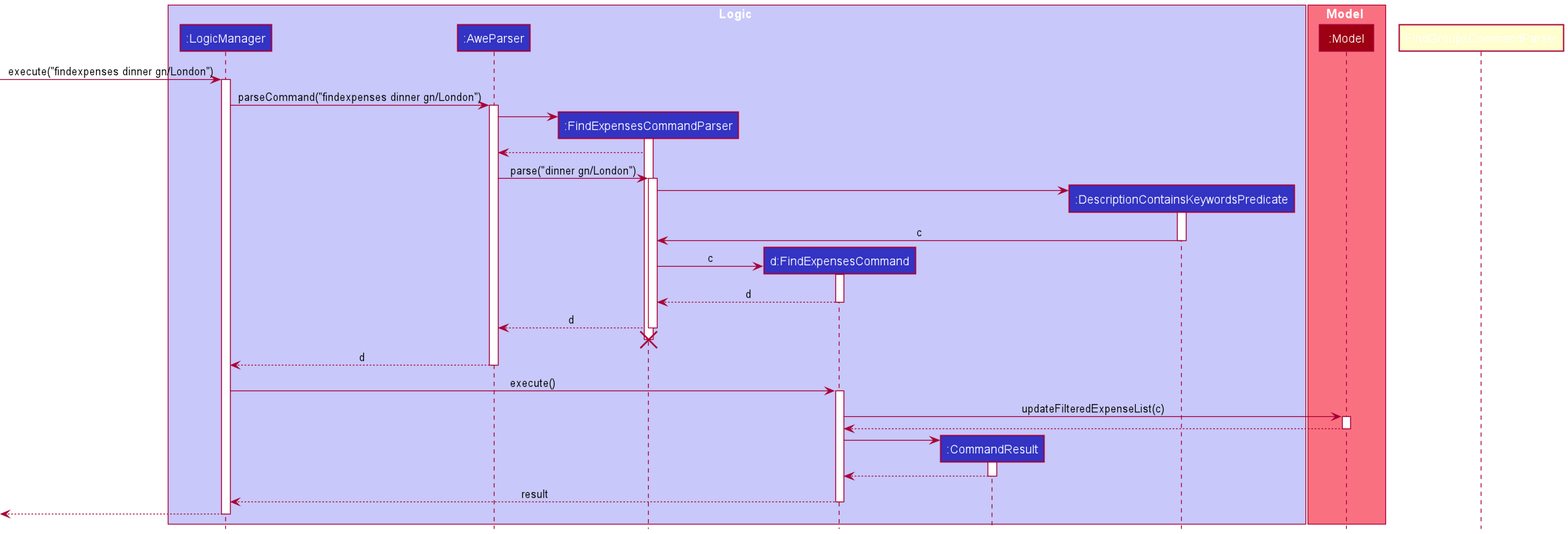
The PlantUML diagram docs/images/FindExpensesSequenceDiagram.png in ramapriyan912001/tp, before a commit.
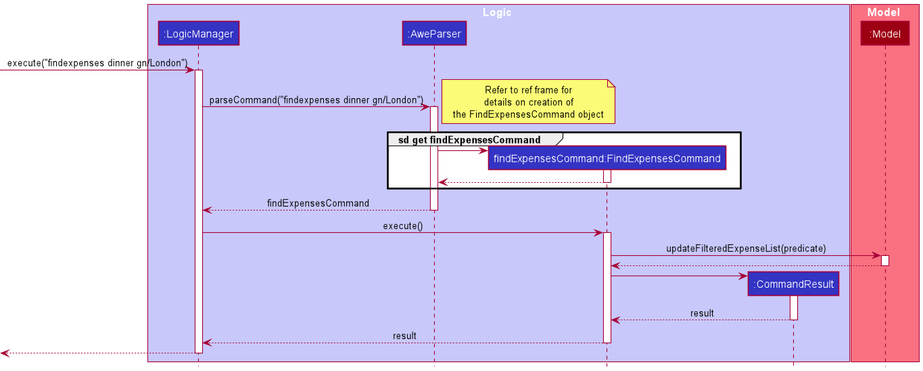
Above is the later version.

Commit message:
Add find expenses reference sequence diagram

Change to the diagram source:
```diff
@@ -4,10 +4,8 @@
 box Logic LOGIC_COLOR_T1
 participant ":LogicManager" as LogicManager LOGIC_COLOR
 participant ":AweParser" as AweParser LOGIC_COLOR
-participant ":FindExpensesCommandParser" as FindExpensesCommandParser LOGIC_COLOR
-participant "d:FindExpensesCommand" as FindExpensesCommand LOGIC_COLOR
+participant "findExpensesCommand:FindExpensesCommand" as FindExpensesCommand LOGIC_COLOR
 participant ":CommandResult" as CommandResult LOGIC_COLOR
-participant ":DescriptionContainsKeywordsPredicate" as DescriptionContainsKeywordsPredicate LOGIC_COLOR
 end box
 
 box Model MODEL_COLOR_T1
@@ -20,42 +18,26 @@
 LogicManager -> AweParser : parseCommand("findexpenses dinner gn/London")
 activate AweParser
 
-create FindExpensesCommandParser
-AweParser -> FindExpensesCommandParser
-activate FindExpensesCommandParser
+note right
+Refer to ref frame for
+details on creation of
+the FindExpensesCommand object
+end note
+group sd get findExpensesCommand
+create FindExpensesCommand
+AweParser -> FindExpensesCommand
+activate FindExpensesCommand
+FindExpensesCommand --> AweParser
+deactivate FindExpensesCommand
+end group
 
-FindExpensesCommandParser --> AweParser
-deactivate FindGroupsCommandParser
-
-AweParser -> FindExpensesCommandParser : parse("dinner gn/London")
-activate FindExpensesCommandParser
-
-create DescriptionContainsKeywordsPredicate
-FindExpensesCommandParser ->DescriptionContainsKeywordsPredicate
-activate DescriptionContainsKeywordsPredicate
-
-DescriptionContainsKeywordsPredicate -> FindExpensesCommandParser : c
-deactivate DescriptionContainsKeywordsPredicate
-
-create FindExpensesCommand
-FindExpensesCommandParser -> FindExpensesCommand : c
-activate FindExpensesCommand
-
-FindExpensesCommand --> FindExpensesCommandParser : d
-deactivate FindExpensesCommand
-
-FindExpensesCommandParser --> AweParser : d
-deactivate FindExpensesCommandParser
-FindExpensesCommandParser -[hidden]-> AweParser
-destroy FindExpensesCommandParser
-
-AweParser --> LogicManager : d
+AweParser --> LogicManager : findExpensesCommand
 deactivate AweParser
 
 LogicManager -> FindExpensesCommand : execute()
 activate FindExpensesCommand
 
-FindExpensesCommand -> Model : updateFilteredExpenseList(c)
+FindExpensesCommand -> Model : updateFilteredExpenseList(predicate)
 activate Model
 
 Model --> FindExpensesCommand
@@ -65,7 +47,7 @@
 FindExpensesCommand -> CommandResult
 activate CommandResult
 
-CommandResult --> FindExpensesCommand
+CommandResult --> FindExpensesCommand : result
 deactivate CommandResult
 
 FindExpensesCommand --> LogicManager : result
```
